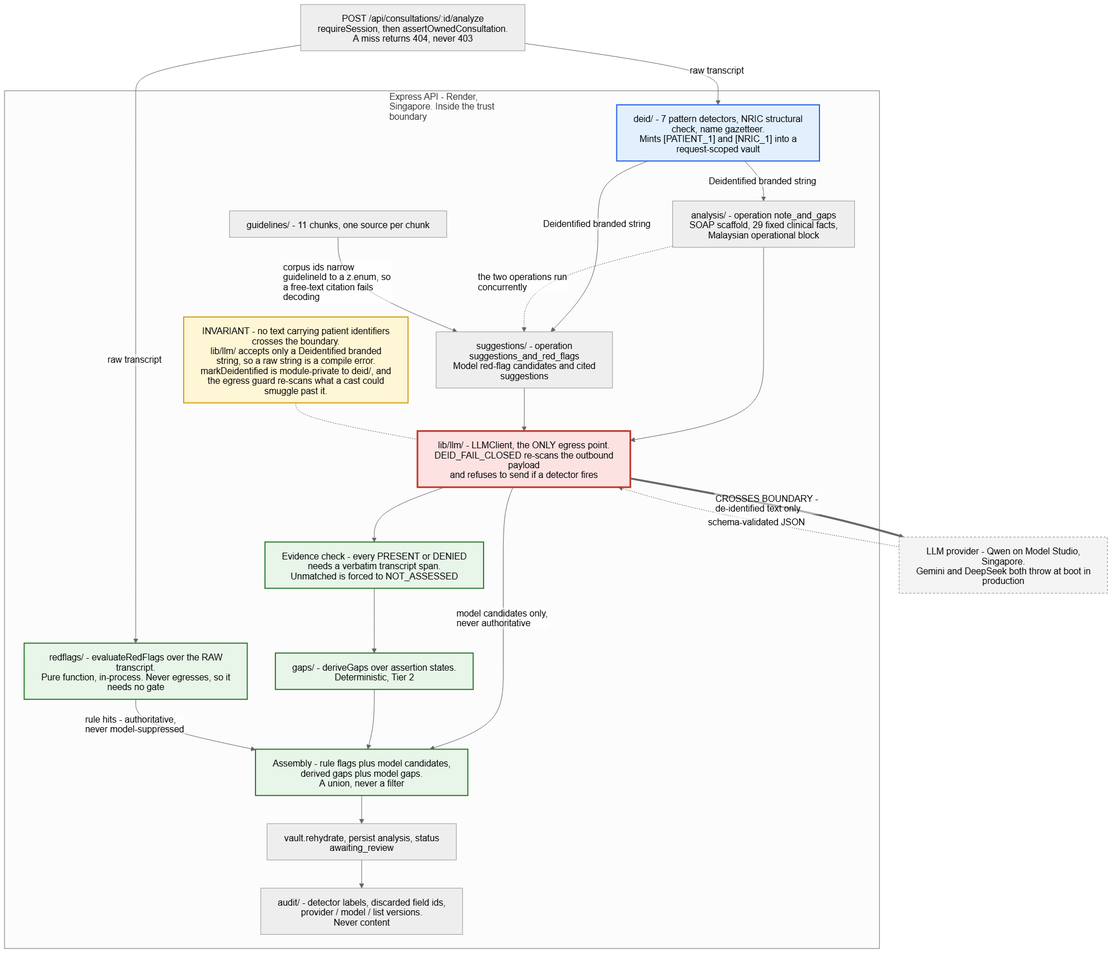
Earlier version of the Mermaid export docs/assets/module-detail.png (AlaskanTuna/catatmd). Its source is kept beside it as docs/assets/module-detail.mmd. Source of this version:
```mermaid
%%{init: {'flowchart': {'wrappingWidth': 340}}}%%
graph TD
  REQ["POST /api/consultations/:id/analyze<br/>requireSession, then assertOwnedConsultation.<br/>A miss returns 404, never 403"]

  subgraph API["Express API - Render, Singapore. Inside the trust boundary"]
    direction TB
    DEID["deid/ - 7 pattern detectors, NRIC structural check, name gazetteer.<br/>Mints [PATIENT_1] and [NRIC_1] into a request-scoped vault"]
    RF["redflags/ - evaluateRedFlags over the RAW transcript.<br/>Pure function, in-process. Never egresses, so it needs no gate"]
    NOTE["analysis/ - operation note_and_gaps<br/>SOAP scaffold, 29 fixed clinical facts, Malaysian operational block"]
    SUGG["suggestions/ - operation suggestions_and_red_flags<br/>Model red-flag candidates and cited suggestions"]
    GL["guidelines/ - 11 chunks, one source per chunk"]
    LLMC["lib/llm/ - LLMClient, the ONLY egress point.<br/>DEID_FAIL_CLOSED re-scans the outbound payload<br/>and refuses to send if a detector fires"]
    INV["INVARIANT - no text carrying patient identifiers crosses the boundary.<br/>lib/llm/ accepts only a Deidentified branded string, so a raw string is a compile error.<br/>markDeidentified is module-private to deid/, and the egress guard re-scans what a cast could smuggle past it."]
    EV["Evidence check - every PRESENT or DENIED needs a verbatim transcript span.<br/>Unmatched is forced to NOT_ASSESSED"]
    GAPS["gaps/ - deriveGaps over assertion states. Deterministic, Tier 2"]
    MERGE["Assembly - rule flags plus model candidates, derived gaps plus model gaps.<br/>A union, never a filter"]
    PERSIST["vault.rehydrate, persist analysis, status awaiting_review"]
    AUDIT["audit/ - detector labels, discarded field ids, provider / model / list versions.<br/>Never content"]
  end

  PROV["LLM provider - Qwen on Model Studio, Singapore.<br/>Gemini and DeepSeek both throw at boot in production"]

  REQ -->|"raw transcript"| DEID
  REQ -->|"raw transcript"| RF
  DEID -->|"Deidentified branded string"| NOTE
  DEID -->|"Deidentified branded string"| SUGG
  NOTE -.->|"the two operations run concurrently"| SUGG
  GL -->|"corpus ids narrow guidelineId to a z.enum, so a free-text citation fails decoding"| SUGG
  NOTE --> LLMC
  SUGG --> LLMC
  LLMC ==>|"CROSSES BOUNDARY - de-identified text only"| PROV
  PROV -.->|"schema-validated JSON"| LLMC
  LLMC --> EV
  LLMC -->|"model candidates only, never authoritative"| MERGE
  EV --> GAPS
  GAPS --> MERGE
  RF -->|"rule hits - authoritative, never model-suppressed"| MERGE
  MERGE --> PERSIST
  PERSIST --> AUDIT
  INV -.- LLMC

  classDef egress fill:#fde2e2,stroke:#c0392b,stroke-width:3px
  classDef outside fill:#f4f4f4,stroke:#888888,stroke-dasharray:4 3
  classDef note fill:#fff6d6,stroke:#d4a017,stroke-width:2px
  classDef gate fill:#e2f0fd,stroke:#2563eb,stroke-width:2px
  classDef safety fill:#e8f5e9,stroke:#2e7d32,stroke-width:2px

  class LLMC egress
  class PROV outside
  class INV note
  class DEID gate
  class RF,GAPS,MERGE,EV safety
```
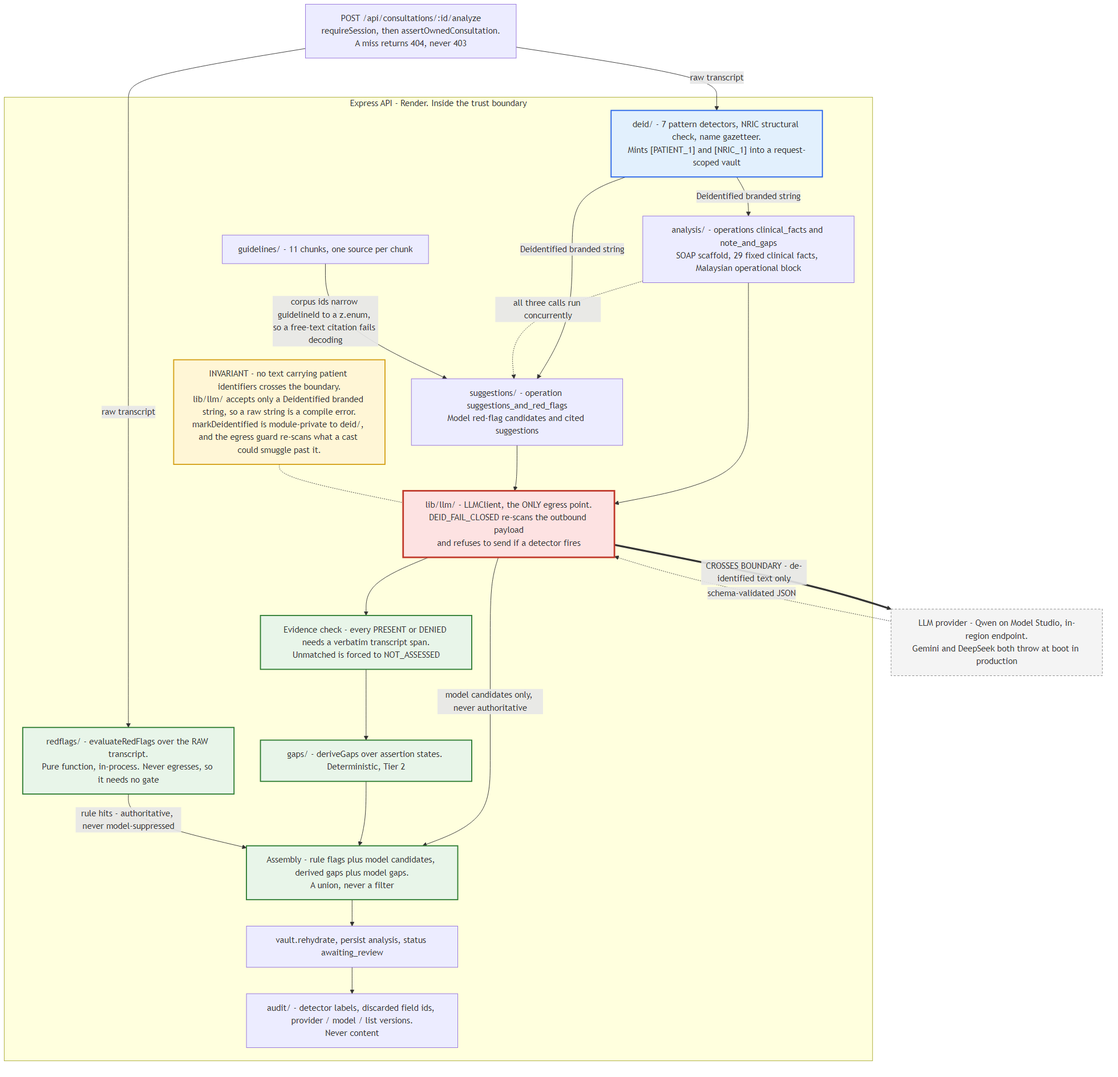
The same file after the commit.

The edit, as a diff of the source:
```diff
@@ -2,11 +2,11 @@
 graph TD
   REQ["POST /api/consultations/:id/analyze<br/>requireSession, then assertOwnedConsultation.<br/>A miss returns 404, never 403"]
 
-  subgraph API["Express API - Render, Singapore. Inside the trust boundary"]
+  subgraph API["Express API - Render. Inside the trust boundary"]
     direction TB
     DEID["deid/ - 7 pattern detectors, NRIC structural check, name gazetteer.<br/>Mints [PATIENT_1] and [NRIC_1] into a request-scoped vault"]
     RF["redflags/ - evaluateRedFlags over the RAW transcript.<br/>Pure function, in-process. Never egresses, so it needs no gate"]
-    NOTE["analysis/ - operation note_and_gaps<br/>SOAP scaffold, 29 fixed clinical facts, Malaysian operational block"]
+    NOTE["analysis/ - operations clinical_facts and note_and_gaps<br/>SOAP scaffold, 29 fixed clinical facts, Malaysian operational block"]
     SUGG["suggestions/ - operation suggestions_and_red_flags<br/>Model red-flag candidates and cited suggestions"]
     GL["guidelines/ - 11 chunks, one source per chunk"]
     LLMC["lib/llm/ - LLMClient, the ONLY egress point.<br/>DEID_FAIL_CLOSED re-scans the outbound payload<br/>and refuses to send if a detector fires"]
@@ -18,13 +18,13 @@
     AUDIT["audit/ - detector labels, discarded field ids, provider / model / list versions.<br/>Never content"]
   end
 
-  PROV["LLM provider - Qwen on Model Studio, Singapore.<br/>Gemini and DeepSeek both throw at boot in production"]
+  PROV["LLM provider - Qwen on Model Studio, in-region endpoint.<br/>Gemini and DeepSeek both throw at boot in production"]
 
   REQ -->|"raw transcript"| DEID
   REQ -->|"raw transcript"| RF
   DEID -->|"Deidentified branded string"| NOTE
   DEID -->|"Deidentified branded string"| SUGG
-  NOTE -.->|"the two operations run concurrently"| SUGG
+  NOTE -.->|"all three calls run concurrently"| SUGG
   GL -->|"corpus ids narrow guidelineId to a z.enum, so a free-text citation fails decoding"| SUGG
   NOTE --> LLMC
   SUGG --> LLMC
```
